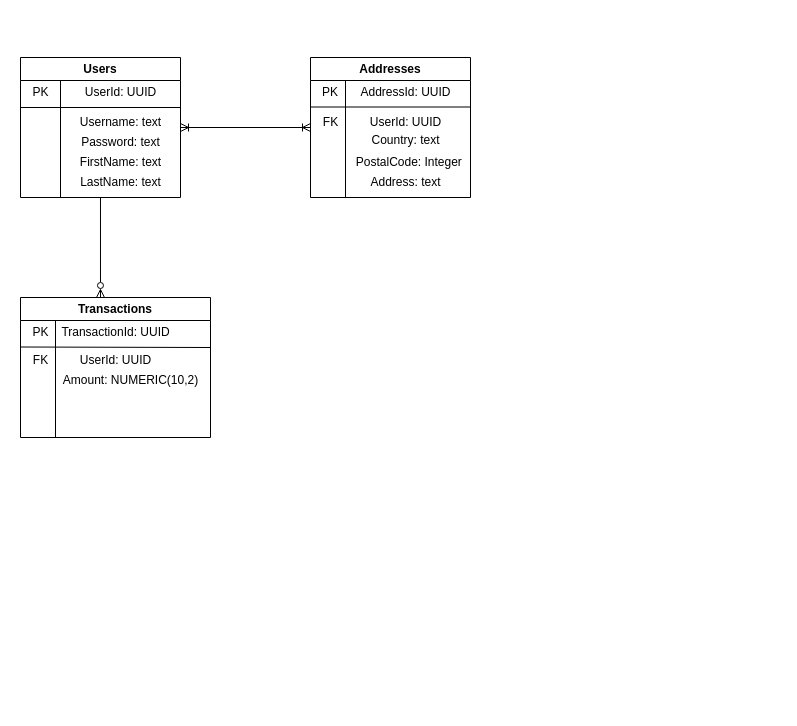
The draw.io diagram documentation/DB Structure.drawio in Acohen455/yalla, before the edit. Source tidied: cells renumbered, new cells numbered last; positions are measured from the earlier drawing's top-left corner, leaving out a move shared by most shapes. Both pictures are drawn from the tidied source at 100%, with x=0, y=0 at pixel (20, 57).
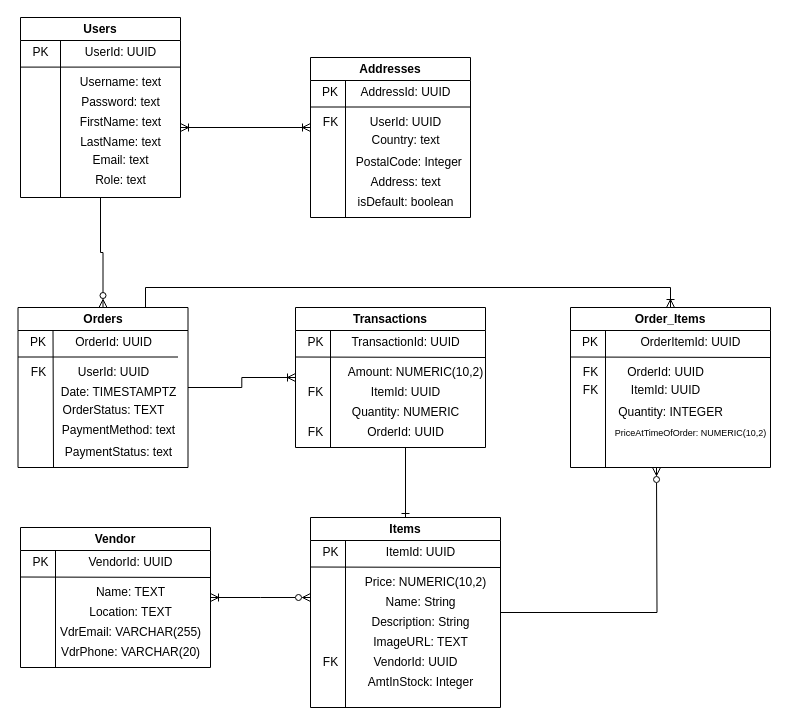
The same diagram, later.

Commit message (it also covers changes not shown here):
DB Structure Diagram

Diff of the diagram source:
```diff
@@
     <mxCell id="3" value="Users" style="swimlane;whiteSpace=wrap;html=1;strokeWidth=1;perimeterSpacing=0;swimlaneLine=1;rounded=0;" parent="1" vertex="1">
-      <mxGeometry width="160" height="140" as="geometry" />
+      <mxGeometry y="-40" width="160" height="180" as="geometry" />
     </mxCell>
@@
-    <mxCell id="10" style="endArrow=none;html=1;rounded=0;" parent="1" edge="1">
+    <mxCell id="10" style="endArrow=none;html=1;rounded=0;" parent="3" edge="1">
       <mxGeometry relative="1" as="geometry">
-        <mxPoint y="50" as="sourcePoint" />
-        <mxPoint x="160" y="50" as="targetPoint" />
+        <mxPoint y="49.6" as="sourcePoint" />
+        <mxPoint x="160" y="49.6" as="targetPoint" />
       </mxGeometry>
     </mxCell>
+    <mxCell id="31" value="Email: text" style="text;html=1;align=center;verticalAlign=middle;strokeColor=none;fillColor=none;" parent="3" vertex="1">
+      <mxGeometry x="60" y="128" width="80" height="30" as="geometry" />
+    </mxCell>
+    <mxCell id="32" value="Role: text" style="text;html=1;align=center;verticalAlign=middle;strokeColor=none;fillColor=none;" parent="3" vertex="1">
+      <mxGeometry x="65" y="148" width="70" height="30" as="geometry" />
+    </mxCell>
     <mxCell id="11" value="Addresses" style="swimlane;whiteSpace=wrap;html=1;strokeWidth=1;perimeterSpacing=0;swimlaneLine=1;rounded=0;fillColor=default;" parent="1" vertex="1">
-      <mxGeometry x="290" width="160" height="140" as="geometry" />
+      <mxGeometry x="290" width="160" height="160" as="geometry" />
     </mxCell>
     <mxCell id="12" style="endArrow=none;html=1;rounded=0;" parent="11" edge="1">
       <mxGeometry relative="1" as="geometry">
-        <mxPoint x="35" y="140" as="sourcePoint" />
+        <mxPoint x="35" y="160" as="sourcePoint" />
         <mxPoint x="35" y="22.5" as="targetPoint" />
       </mxGeometry>
     </mxCell>
@@
+    <mxCell id="33" value="isDefault: boolean" style="text;html=1;align=center;verticalAlign=middle;strokeColor=none;fillColor=none;" parent="11" vertex="1">
+      <mxGeometry x="35" y="130" width="120" height="30" as="geometry" />
+    </mxCell>
     <mxCell id="21" value="Transactions" style="swimlane;whiteSpace=wrap;html=1;strokeWidth=1;perimeterSpacing=0;swimlaneLine=1;rounded=0;fillColor=default;" parent="1" vertex="1">
-      <mxGeometry y="240" width="190" height="140" as="geometry" />
+      <mxGeometry x="275" y="250" width="190" height="140" as="geometry" />
     </mxCell>
@@
     <mxCell id="25" value="TransactionId: UUID" style="text;html=1;align=center;verticalAlign=middle;strokeColor=none;fillColor=none;" parent="21" vertex="1">
-      <mxGeometry x="30" y="20" width="130" height="30" as="geometry" />
+      <mxGeometry x="45" y="20" width="130" height="30" as="geometry" />
     </mxCell>
+    <mxCell id="27" value="Amount: NUMERIC(10,2)" style="text;html=1;align=center;verticalAlign=middle;strokeColor=none;fillColor=none;" parent="21" vertex="1">
+      <mxGeometry x="40" y="50" width="160" height="30" as="geometry" />
+    </mxCell>
+    <mxCell id="34" value="Quantity: NUMERIC" style="text;html=1;align=center;verticalAlign=middle;strokeColor=none;fillColor=none;" parent="21" vertex="1">
+      <mxGeometry x="45" y="90" width="130" height="30" as="geometry" />
+    </mxCell>
+    <mxCell id="35" value="ItemId: UUID" style="text;html=1;align=center;verticalAlign=middle;strokeColor=none;fillColor=none;" parent="21" vertex="1">
+      <mxGeometry x="65" y="70" width="90" height="30" as="geometry" />
+    </mxCell>
+    <mxCell id="36" value="FK" style="text;html=1;align=center;verticalAlign=middle;strokeColor=none;fillColor=none;" parent="21" vertex="1">
+      <mxGeometry y="70" width="40" height="30" as="geometry" />
+    </mxCell>
+    <mxCell id="37" value="OrderId: UUID" style="text;html=1;align=center;verticalAlign=middle;points=[];strokeColor=none;fillColor=none;" parent="21" vertex="1">
+      <mxGeometry x="60" y="110" width="100" height="30" as="geometry" />
+    </mxCell>
+    <mxCell id="38" value="FK" style="text;html=1;align=center;verticalAlign=middle;strokeColor=none;fillColor=none;" parent="21" vertex="1">
+      <mxGeometry y="110" width="40" height="30" as="geometry" />
+    </mxCell>
+    <mxCell id="28" style="rounded=0;orthogonalLoop=1;jettySize=auto;html=1;endArrow=ERoneToMany;endFill=0;startArrow=ERoneToMany;startFill=0;" parent="1" edge="1">
+      <mxGeometry relative="1" as="geometry">
+        <mxPoint x="160" y="70" as="sourcePoint" />
+        <mxPoint x="290" y="70" as="targetPoint" />
+      </mxGeometry>
+    </mxCell>
+    <mxCell id="30" style="edgeStyle=orthogonalEdgeStyle;rounded=0;jettySize=auto;html=1;endArrow=ERzeroToMany;endFill=0;entryX=0.5;entryY=0;entryDx=0;entryDy=0;" parent="1" edge="1" source="3" target="41">
+      <mxGeometry relative="1" as="geometry" />
+    </mxCell>
+    <mxCell id="39" style="edgeStyle=orthogonalEdgeStyle;rounded=0;jettySize=auto;html=1;entryX=0;entryY=0.5;entryDx=0;entryDy=0;endArrow=ERoneToMany;endFill=0;" parent="1" edge="1" source="41" target="21">
+      <mxGeometry relative="1" as="geometry" />
+    </mxCell>
+    <mxCell id="40" style="edgeStyle=orthogonalEdgeStyle;rounded=0;jettySize=auto;html=1;entryX=0.5;entryY=0;entryDx=0;entryDy=0;exitX=0.75;exitY=0;exitDx=0;exitDy=0;endArrow=ERoneToMany;endFill=0;" parent="1" edge="1" source="41" target="74">
+      <mxGeometry relative="1" as="geometry" />
+    </mxCell>
+    <mxCell id="41" value="Orders" style="swimlane;whiteSpace=wrap;html=1;strokeWidth=1;perimeterSpacing=0;swimlaneLine=1;rounded=0;fillColor=default;" parent="1" vertex="1">
+      <mxGeometry x="-2.5" y="250" width="170" height="160" as="geometry" />
+    </mxCell>
+    <mxCell id="42" style="endArrow=none;html=1;rounded=0;" parent="41" edge="1">
+      <mxGeometry relative="1" as="geometry">
+        <mxPoint x="35.5" y="160" as="sourcePoint" />
+        <mxPoint x="35" y="22.5" as="targetPoint" />
+      </mxGeometry>
+    </mxCell>
+    <mxCell id="43" style="endArrow=none;html=1;rounded=0;" parent="41" edge="1">
+      <mxGeometry relative="1" as="geometry">
+        <mxPoint y="49.5" as="sourcePoint" />
+        <mxPoint x="160" y="49.5" as="targetPoint" />
+      </mxGeometry>
+    </mxCell>
+    <mxCell id="44" value="PK" style="text;html=1;align=center;verticalAlign=middle;whiteSpace=wrap;rounded=0;" parent="41" vertex="1">
+      <mxGeometry y="20" width="40" height="30" as="geometry" />
+    </mxCell>
+    <mxCell id="45" value="OrderId: UUID" style="text;html=1;align=center;verticalAlign=middle;strokeColor=none;fillColor=none;" parent="41" vertex="1">
+      <mxGeometry x="45" y="20" width="100" height="30" as="geometry" />
+    </mxCell>
-    <mxCell id="26" value="UserId: UUID" style="text;html=1;align=center;verticalAlign=middle;strokeColor=none;fillColor=none;" parent="21" vertex="1">
-      <mxGeometry x="50" y="48" width="90" height="30" as="geometry" />
+    <mxCell id="26" value="UserId: UUID" style="text;html=1;align=center;verticalAlign=middle;strokeColor=none;fillColor=none;" parent="41" vertex="1">
+      <mxGeometry x="50" y="50" width="90" height="30" as="geometry" />
     </mxCell>
-    <mxCell id="27" value="Amount: NUMERIC(10,2)" style="text;html=1;align=center;verticalAlign=middle;strokeColor=none;fillColor=none;" parent="21" vertex="1">
-      <mxGeometry x="30" y="68" width="160" height="30" as="geometry" />
-    </mxCell>
-    <mxCell id="28" style="rounded=0;orthogonalLoop=1;jettySize=auto;html=1;endArrow=ERoneToMany;endFill=0;startArrow=ERoneToMany;startFill=0;" parent="1" edge="1">
-      <mxGeometry relative="1" as="geometry">
-        <mxPoint x="160" y="70" as="sourcePoint" />
-        <mxPoint x="290" y="70" as="targetPoint" />
-      </mxGeometry>
-    </mxCell>
-    <mxCell id="29" value="FK" style="text;html=1;align=center;verticalAlign=middle;strokeColor=none;fillColor=none;" parent="1" vertex="1">
-      <mxGeometry y="288" width="40" height="30" as="geometry" />
-    </mxCell>
-    <mxCell id="30" style="edgeStyle=orthogonalEdgeStyle;rounded=0;jettySize=auto;html=1;entryX=0.421;entryY=0;entryDx=0;entryDy=0;entryPerimeter=0;endArrow=ERzeroToMany;endFill=0;" parent="1" edge="1" source="3" target="21">
-      <mxGeometry relative="1" as="geometry" />
-    </mxCell>
+    <mxCell id="46" value="FK" style="text;html=1;align=center;verticalAlign=middle;strokeColor=none;fillColor=none;" parent="41" vertex="1">
+      <mxGeometry y="50" width="40" height="30" as="geometry" />
+    </mxCell>
+    <mxCell id="47" value="Date: TIMESTAMPTZ" style="text;html=1;align=center;verticalAlign=middle;strokeColor=none;fillColor=none;" parent="41" vertex="1">
+      <mxGeometry x="30" y="70" width="140" height="30" as="geometry" />
+    </mxCell>
+    <mxCell id="48" value="OrderStatus: TEXT" style="text;html=1;align=center;verticalAlign=middle;strokeColor=none;fillColor=none;" parent="41" vertex="1">
+      <mxGeometry x="30" y="88" width="130" height="30" as="geometry" />
+    </mxCell>
+    <mxCell id="49" value="PaymentMethod: text" style="text;html=1;align=center;verticalAlign=middle;strokeColor=none;fillColor=none;" parent="41" vertex="1">
+      <mxGeometry x="30" y="108" width="140" height="30" as="geometry" />
+    </mxCell>
+    <mxCell id="50" value="PaymentStatus: text" style="text;html=1;align=center;verticalAlign=middle;strokeColor=none;fillColor=none;" parent="41" vertex="1">
+      <mxGeometry x="35" y="130" width="130" height="30" as="geometry" />
+    </mxCell>
+    <mxCell id="51" value="Items" style="swimlane;whiteSpace=wrap;html=1;strokeWidth=1;perimeterSpacing=0;swimlaneLine=1;rounded=0;fillColor=default;" parent="1" vertex="1">
+      <mxGeometry x="290" y="460" width="190" height="190" as="geometry" />
+    </mxCell>
+    <mxCell id="52" style="endArrow=none;html=1;rounded=0;" parent="51" edge="1">
+      <mxGeometry relative="1" as="geometry">
+        <mxPoint x="35" y="190" as="sourcePoint" />
+        <mxPoint x="35" y="22.5" as="targetPoint" />
+      </mxGeometry>
+    </mxCell>
+    <mxCell id="53" style="endArrow=none;html=1;rounded=0;" parent="51" edge="1">
+      <mxGeometry relative="1" as="geometry">
+        <mxPoint y="49.5" as="sourcePoint" />
+        <mxPoint x="190" y="50" as="targetPoint" />
+      </mxGeometry>
+    </mxCell>
+    <mxCell id="54" value="PK" style="text;html=1;align=center;verticalAlign=middle;strokeColor=none;fillColor=none;" parent="51" vertex="1">
+      <mxGeometry y="20" width="40" height="30" as="geometry" />
+    </mxCell>
+    <mxCell id="55" value="ItemId: UUID" style="text;html=1;align=center;verticalAlign=middle;strokeColor=none;fillColor=none;" parent="51" vertex="1">
+      <mxGeometry x="65" y="20" width="90" height="30" as="geometry" />
+    </mxCell>
+    <mxCell id="56" value="Price: NUMERIC(10,2)" style="text;html=1;align=center;verticalAlign=middle;strokeColor=none;fillColor=none;" parent="51" vertex="1">
+      <mxGeometry x="45" y="50" width="140" height="30" as="geometry" />
+    </mxCell>
+    <mxCell id="57" value="Description: String" style="text;html=1;align=center;verticalAlign=middle;strokeColor=none;fillColor=none;" parent="51" vertex="1">
+      <mxGeometry x="50" y="90" width="120" height="30" as="geometry" />
+    </mxCell>
+    <mxCell id="58" value="Name: String" style="text;html=1;align=center;verticalAlign=middle;strokeColor=none;fillColor=none;" parent="51" vertex="1">
+      <mxGeometry x="65" y="70" width="90" height="30" as="geometry" />
+    </mxCell>
+    <mxCell id="59" value="FK" style="text;html=1;align=center;verticalAlign=middle;strokeColor=none;fillColor=none;" parent="51" vertex="1">
+      <mxGeometry y="130" width="40" height="30" as="geometry" />
+    </mxCell>
+    <mxCell id="60" value="ImageURL: TEXT" style="text;html=1;align=center;verticalAlign=middle;strokeColor=none;fillColor=none;" parent="51" vertex="1">
+      <mxGeometry x="50" y="110" width="120" height="30" as="geometry" />
+    </mxCell>
+    <mxCell id="61" value="VendorId: UUID" style="text;html=1;align=center;verticalAlign=middle;strokeColor=none;fillColor=none;" parent="51" vertex="1">
+      <mxGeometry x="50" y="130" width="110" height="30" as="geometry" />
+    </mxCell>
+    <mxCell id="62" value="AmtInStock: Integer" style="text;html=1;align=center;verticalAlign=middle;strokeColor=none;fillColor=none;" parent="51" vertex="1">
+      <mxGeometry x="45" y="150" width="130" height="30" as="geometry" />
+    </mxCell>
+    <mxCell id="63" style="rounded=0;jettySize=auto;html=1;endArrow=ERone;endFill=0;" parent="1" edge="1" source="37" target="51">
+      <mxGeometry relative="1" as="geometry" />
+    </mxCell>
+    <mxCell id="64" style="edgeStyle=orthogonalEdgeStyle;rounded=0;jettySize=auto;html=1;endArrow=ERzeroToMany;endFill=0;startArrow=ERoneToMany;startFill=0;" parent="1" edge="1" source="65">
+      <mxGeometry relative="1" as="geometry">
+        <mxPoint x="290" y="540" as="targetPoint" />
+      </mxGeometry>
+    </mxCell>
+    <mxCell id="65" value="Vendor" style="swimlane;whiteSpace=wrap;html=1;strokeWidth=1;perimeterSpacing=0;swimlaneLine=1;rounded=0;fillColor=default;" parent="1" vertex="1">
+      <mxGeometry y="470" width="190" height="140" as="geometry" />
+    </mxCell>
+    <mxCell id="66" style="endArrow=none;html=1;rounded=0;exitX=0.25;exitY=1;exitDx=0;exitDy=0;" parent="65" edge="1">
+      <mxGeometry relative="1" as="geometry">
+        <mxPoint x="35" y="140" as="sourcePoint" />
+        <mxPoint x="35" y="22.5" as="targetPoint" />
+      </mxGeometry>
+    </mxCell>
+    <mxCell id="67" style="endArrow=none;html=1;rounded=0;" parent="65" edge="1">
+      <mxGeometry relative="1" as="geometry">
+        <mxPoint y="49.5" as="sourcePoint" />
+        <mxPoint x="190" y="50" as="targetPoint" />
+      </mxGeometry>
+    </mxCell>
+    <mxCell id="68" value="PK" style="text;html=1;align=center;verticalAlign=middle;strokeColor=none;fillColor=none;" parent="65" vertex="1">
+      <mxGeometry y="20" width="40" height="30" as="geometry" />
+    </mxCell>
+    <mxCell id="69" value="VendorId: UUID" style="text;html=1;align=center;verticalAlign=middle;strokeColor=none;fillColor=none;" parent="65" vertex="1">
+      <mxGeometry x="55" y="20" width="110" height="30" as="geometry" />
+    </mxCell>
+    <mxCell id="70" value="Name: TEXT" style="text;html=1;align=center;verticalAlign=middle;strokeColor=none;fillColor=none;" parent="65" vertex="1">
+      <mxGeometry x="65" y="50" width="90" height="30" as="geometry" />
+    </mxCell>
+    <mxCell id="71" value="VdrEmail: VARCHAR(255)" style="text;html=1;align=center;verticalAlign=middle;strokeColor=none;fillColor=none;" parent="65" vertex="1">
+      <mxGeometry x="30" y="90" width="160" height="30" as="geometry" />
+    </mxCell>
+    <mxCell id="72" value="Location: TEXT" style="text;html=1;align=center;verticalAlign=middle;strokeColor=none;fillColor=none;" parent="65" vertex="1">
+      <mxGeometry x="55" y="70" width="110" height="30" as="geometry" />
+    </mxCell>
+    <mxCell id="73" value="VdrPhone: VARCHAR(20)" style="text;html=1;align=center;verticalAlign=middle;strokeColor=none;fillColor=none;" parent="65" vertex="1">
+      <mxGeometry x="30" y="110" width="160" height="30" as="geometry" />
+    </mxCell>
+    <mxCell id="74" value="Order_Items" style="swimlane;whiteSpace=wrap;html=1;strokeWidth=1;perimeterSpacing=0;swimlaneLine=1;rounded=0;fillColor=default;" parent="1" vertex="1">
+      <mxGeometry x="550" y="250" width="200" height="160" as="geometry" />
+    </mxCell>
+    <mxCell id="75" style="endArrow=none;html=1;rounded=0;" parent="74" edge="1">
+      <mxGeometry relative="1" as="geometry">
+        <mxPoint x="35" y="160" as="sourcePoint" />
+        <mxPoint x="35" y="22.5" as="targetPoint" />
+      </mxGeometry>
+    </mxCell>
+    <mxCell id="76" style="endArrow=none;html=1;rounded=0;" parent="74" edge="1">
+      <mxGeometry relative="1" as="geometry">
+        <mxPoint y="49.5" as="sourcePoint" />
+        <mxPoint x="200" y="50" as="targetPoint" />
+      </mxGeometry>
+    </mxCell>
+    <mxCell id="77" value="PK" style="text;html=1;align=center;verticalAlign=middle;whiteSpace=wrap;rounded=0;" parent="74" vertex="1">
+      <mxGeometry y="20" width="40" height="30" as="geometry" />
+    </mxCell>
+    <mxCell id="78" value="OrderItemId: UUID" style="text;html=1;align=center;verticalAlign=middle;strokeColor=none;fillColor=none;" parent="74" vertex="1">
+      <mxGeometry x="60" y="20" width="120" height="30" as="geometry" />
+    </mxCell>
+    <mxCell id="79" value="OrderId: UUID" style="text;html=1;align=center;verticalAlign=middle;strokeColor=none;fillColor=none;" parent="74" vertex="1">
+      <mxGeometry x="45" y="50" width="100" height="30" as="geometry" />
+    </mxCell>
+    <mxCell id="80" value="FK" style="text;html=1;align=center;verticalAlign=middle;strokeColor=none;fillColor=none;" parent="74" vertex="1">
+      <mxGeometry y="50" width="40" height="30" as="geometry" />
+    </mxCell>
+    <mxCell id="81" value="ItemId: UUID" style="text;html=1;align=center;verticalAlign=middle;strokeColor=none;fillColor=none;" parent="74" vertex="1">
+      <mxGeometry x="50" y="68" width="90" height="30" as="geometry" />
+    </mxCell>
+    <mxCell id="82" value="FK" style="text;html=1;align=center;verticalAlign=middle;strokeColor=none;fillColor=none;" parent="74" vertex="1">
+      <mxGeometry y="68" width="40" height="30" as="geometry" />
+    </mxCell>
+    <mxCell id="83" value="Quantity: INTEGER" style="text;html=1;align=center;verticalAlign=middle;strokeColor=none;fillColor=none;" parent="74" vertex="1">
+      <mxGeometry x="35" y="90" width="130" height="30" as="geometry" />
+    </mxCell>
+    <mxCell id="84" value="&lt;font style=&quot;font-size: 9px;&quot;&gt;PriceAtTimeOfOrder: NUMERIC(10,2)&lt;/font&gt;" style="text;html=1;align=center;verticalAlign=middle;strokeColor=none;fillColor=none;" parent="74" vertex="1">
+      <mxGeometry x="30" y="110" width="180" height="30" as="geometry" />
+    </mxCell>
+    <mxCell id="85" style="edgeStyle=orthogonalEdgeStyle;rounded=0;jettySize=auto;html=1;endArrow=ERzeroToMany;endFill=0;" parent="1" edge="1" source="51">
+      <mxGeometry relative="1" as="geometry">
+        <mxPoint x="636" y="410" as="targetPoint" />
+      </mxGeometry>
+    </mxCell>
```
